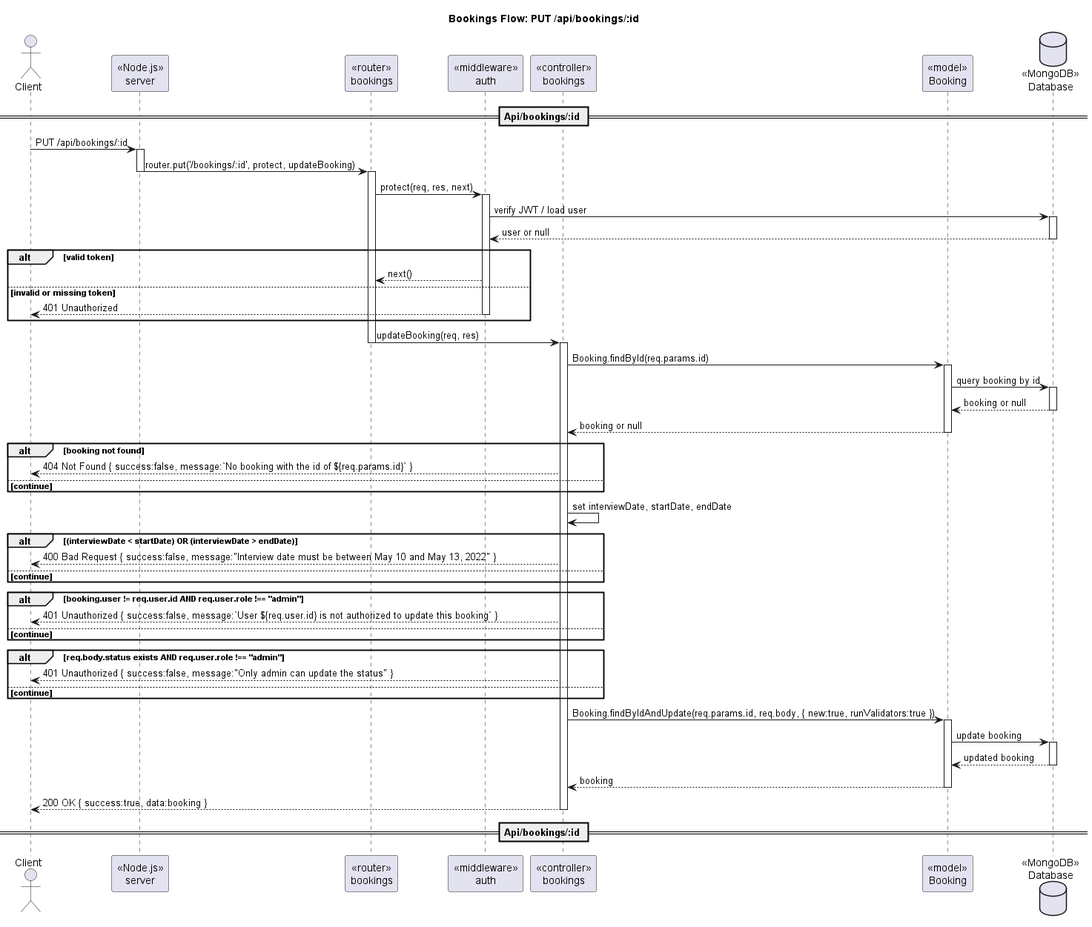
Earlier version of the PlantUML export out/docs/diagram/sequence/seq_bookings_id_put.png (098ff/ArtmaybeDEV).
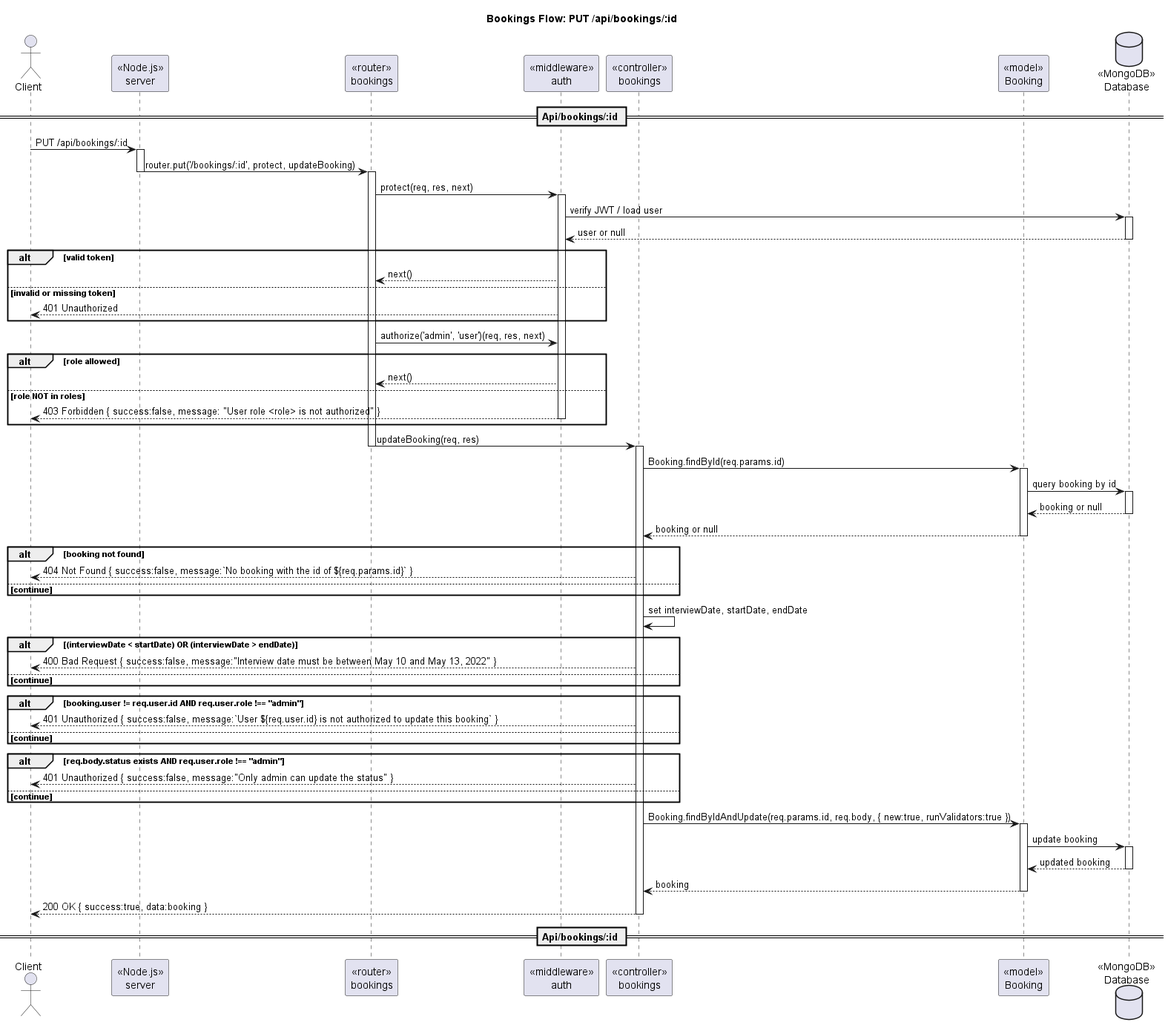
The same file after the commit.

The edit, as a diff of the source:
```diff
@@ -26,9 +26,17 @@
   AuthMW --> Router : next()
 else invalid or missing token
   AuthMW --> Client : 401 Unauthorized
+end
+
+Router -> AuthMW : authorize('admin', 'user')(req, res, next)
+
+alt role allowed
+  AuthMW --> Router : next()
+  deactivate Server
+else role NOT in roles
+  AuthMW --> Client : 403 Forbidden { success:false, message: "User role <role> is not authorized" }
   deactivate AuthMW
 end
-deactivate AuthMW
 
 Router -> Ctrl : updateBooking(req, res)
 deactivate Router
```
